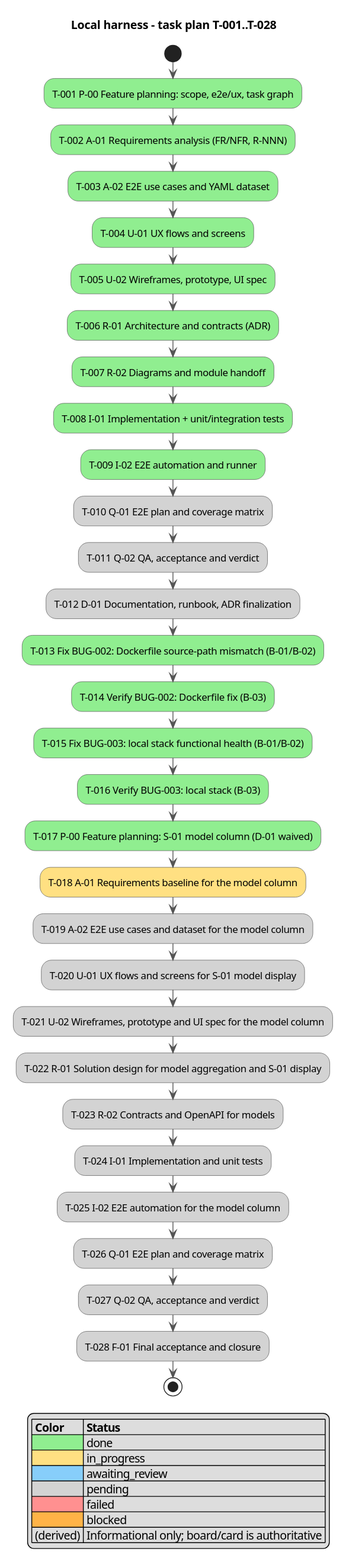
The PlantUML diagram docs/activity.svg in serge-sasov/ai-task-tracker, before a commit.
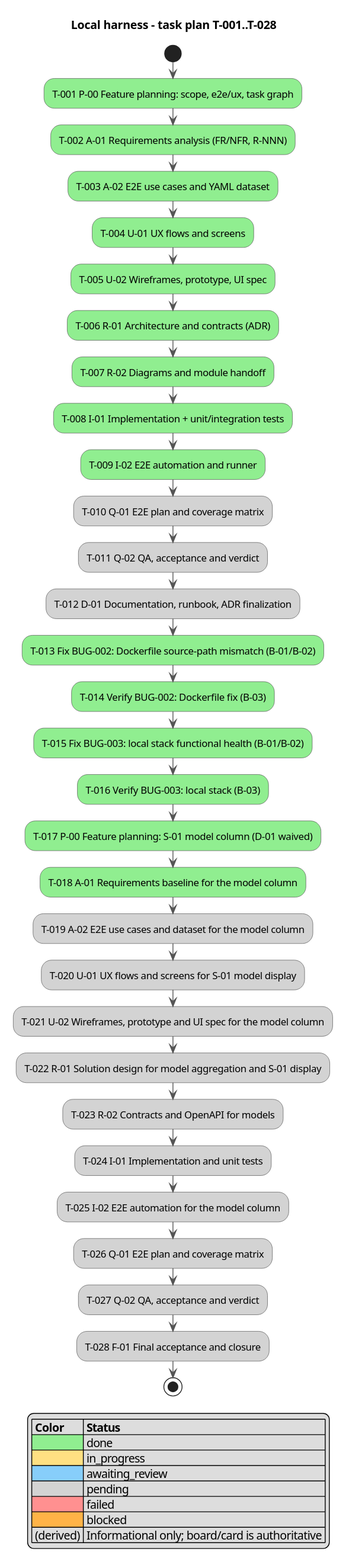
Later version of the same file.

What changed in the source:
```diff
@@ -23,7 +23,7 @@
 :T-015 Fix BUG-003: local stack functional health (B-01/B-02); <<#90EE90>>
 :T-016 Verify BUG-003: local stack (B-03); <<#90EE90>>
 :T-017 P-00 Feature planning: S-01 model column (D-01 waived); <<#90EE90>>
-:T-018 A-01 Requirements baseline for the model column; <<#FFE082>>
+:T-018 A-01 Requirements baseline for the model column; <<#90EE90>>
 :T-019 A-02 E2E use cases and dataset for the model column; <<#D3D3D3>>
 :T-020 U-01 UX flows and screens for S-01 model display; <<#D3D3D3>>
 :T-021 U-02 Wireframes, prototype and UI spec for the model column; <<#D3D3D3>>
```
